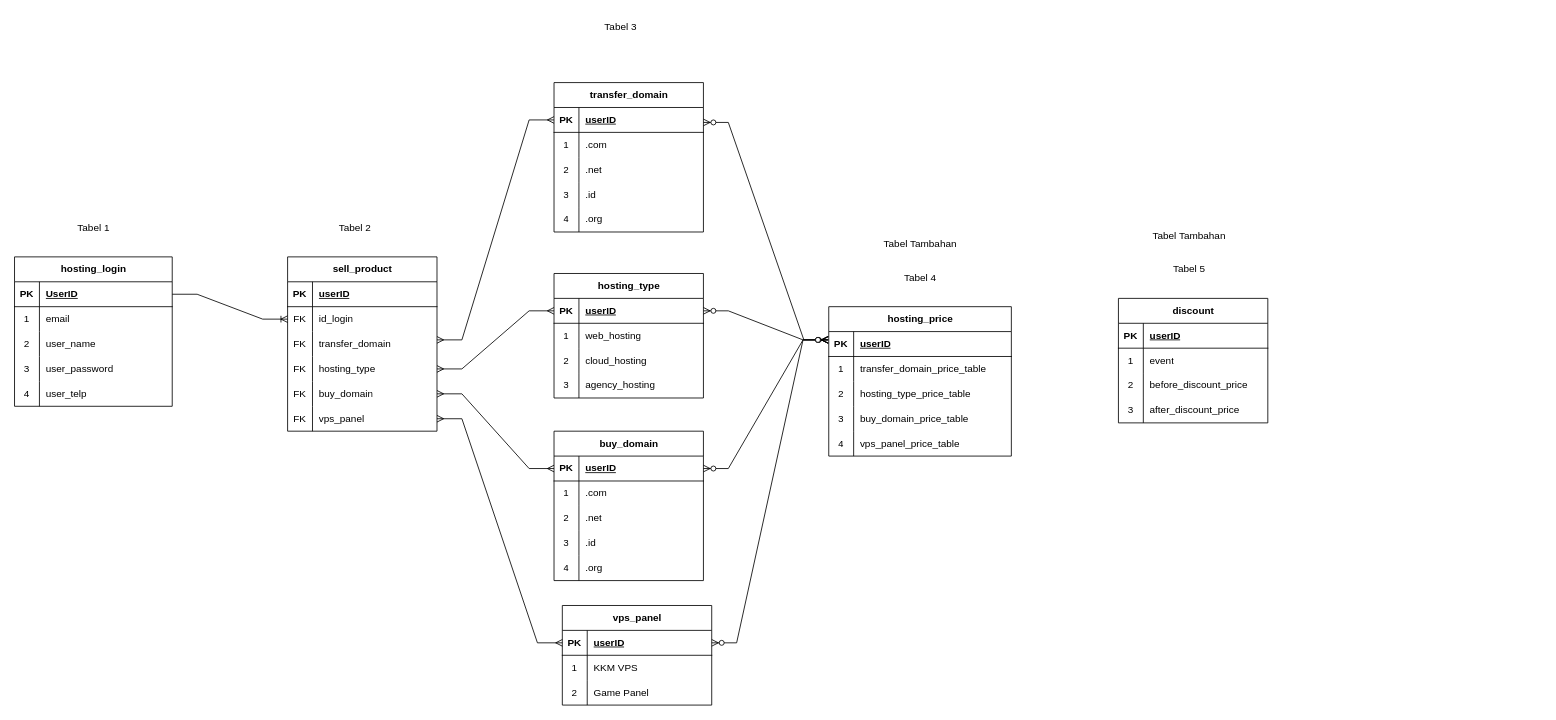
RilSteel/graph keeps this draw.io diagram as RelationalTable.drawio. Above is the earlier version. Source tidied: cells renumbered, new cells numbered last; positions are measured from the earlier drawing's top-left corner, leaving out a move shared by most shapes. Both pictures are drawn from the tidied source at 83%, with x=0, y=0 at pixel (14, 14).
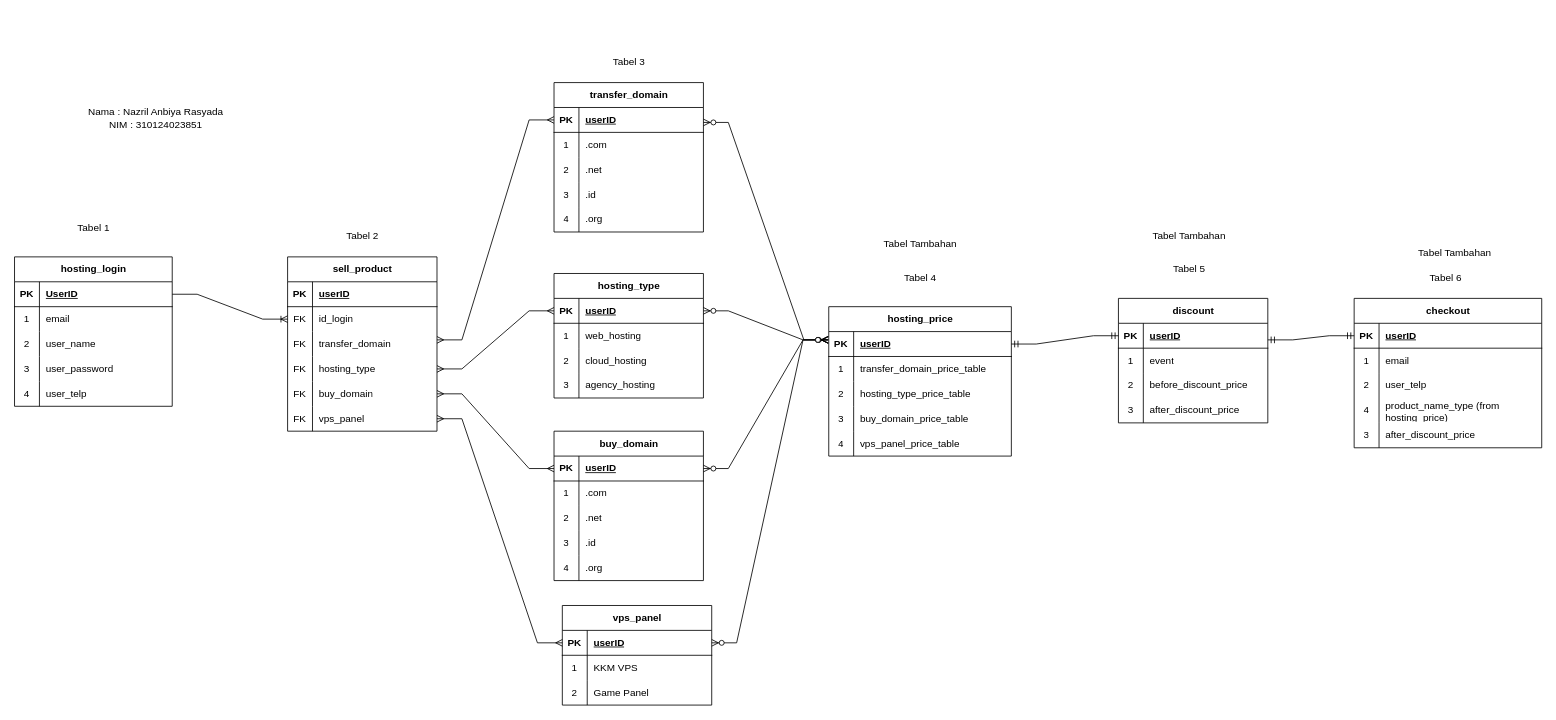
Above is the later version.

The change refers to these unchanged cells:
```xml
<mxCell id="52" style="shape=tableRow;horizontal=0;startSize=0;swimlaneHead=0;swimlaneBody=0;fillColor=none;points=[[0,0.5],[1,0.5]];portConstraint=eastwest;top=0;left=0;right=0;bottom=1;" parent="51" vertex="1">
  <mxGeometry y="30" width="220" height="30" as="geometry" />
</mxCell>
<mxCell id="71" style="shape=tableRow;horizontal=0;startSize=0;swimlaneHead=0;swimlaneBody=0;fillColor=none;points=[[0,0.5],[1,0.5]];portConstraint=eastwest;top=0;left=0;right=0;bottom=1;" parent="70" vertex="1">
  <mxGeometry y="30" width="180" height="30" as="geometry" />
</mxCell>
```

Diff of the diagram source:
```diff
@@
     <mxCell id="68" value="Tabel 2" style="text;html=1;align=center;verticalAlign=middle;strokeColor=none;fillColor=none;" parent="1" vertex="1">
-      <mxGeometry x="380" y="242" width="60" height="30" as="geometry" />
+      <mxGeometry x="389" y="252" width="60" height="30" as="geometry" />
     </mxCell>
@@
     <mxCell id="128" value="Tabel 3" style="text;html=1;align=center;verticalAlign=middle;strokeColor=none;fillColor=none;" parent="1" vertex="1">
-      <mxGeometry x="700" width="60" height="30" as="geometry" />
+      <mxGeometry x="710" y="42" width="60" height="30" as="geometry" />
     </mxCell>
@@
+    <mxCell id="137" value="checkout" style="shape=table;startSize=30;childLayout=tableLayout;rowLines=0;fontStyle=1;align=center;html=1;" parent="1" vertex="1">
+      <mxGeometry x="1614" y="342" width="226" height="180" as="geometry" />
+    </mxCell>
+    <mxCell id="138" style="shape=tableRow;horizontal=0;startSize=0;swimlaneHead=0;swimlaneBody=0;fillColor=none;points=[[0,0.5],[1,0.5]];portConstraint=eastwest;top=0;left=0;right=0;bottom=1;" parent="137" vertex="1">
+      <mxGeometry y="30" width="226" height="30" as="geometry" />
+    </mxCell>
+    <mxCell id="139" value="PK" style="shape=partialRectangle;fillColor=none;top=0;left=0;bottom=0;right=0;fontStyle=1;overflow=hidden;whiteSpace=wrap;html=1;" parent="138" vertex="1">
+      <mxGeometry width="30" height="30" as="geometry" />
+    </mxCell>
+    <mxCell id="140" value="userID" style="shape=partialRectangle;fillColor=none;top=0;left=0;bottom=0;right=0;align=left;spacingLeft=6;fontStyle=5;overflow=hidden;whiteSpace=wrap;html=1;" parent="138" vertex="1">
+      <mxGeometry x="30" width="196" height="30" as="geometry" />
+    </mxCell>
+    <mxCell id="141" style="shape=tableRow;horizontal=0;startSize=0;swimlaneHead=0;swimlaneBody=0;fillColor=none;top=0;left=0;right=0;bottom=0;" parent="137" vertex="1">
+      <mxGeometry y="60" width="226" height="30" as="geometry" />
+    </mxCell>
+    <mxCell id="142" value="1" style="shape=partialRectangle;fillColor=none;top=0;left=0;bottom=0;right=0;overflow=hidden;whiteSpace=wrap;html=1;" parent="141" vertex="1">
+      <mxGeometry width="30" height="30" as="geometry" />
+    </mxCell>
+    <mxCell id="143" value="email" style="shape=partialRectangle;fillColor=none;top=0;left=0;bottom=0;right=0;align=left;spacingLeft=6;overflow=hidden;whiteSpace=wrap;html=1;" parent="141" vertex="1">
+      <mxGeometry x="30" width="196" height="30" as="geometry" />
+    </mxCell>
+    <mxCell id="144" style="shape=tableRow;horizontal=0;startSize=0;swimlaneHead=0;swimlaneBody=0;fillColor=none;top=0;left=0;right=0;bottom=0;" parent="137" vertex="1">
+      <mxGeometry y="90" width="226" height="30" as="geometry" />
+    </mxCell>
+    <mxCell id="145" value="2" style="shape=partialRectangle;fillColor=none;top=0;left=0;bottom=0;right=0;overflow=hidden;whiteSpace=wrap;html=1;" parent="144" vertex="1">
+      <mxGeometry width="30" height="30" as="geometry" />
+    </mxCell>
+    <mxCell id="146" value="user_telp" style="shape=partialRectangle;fillColor=none;top=0;left=0;bottom=0;right=0;align=left;spacingLeft=6;overflow=hidden;whiteSpace=wrap;html=1;" parent="144" vertex="1">
+      <mxGeometry x="30" width="196" height="30" as="geometry" />
+    </mxCell>
+    <mxCell id="147" style="shape=tableRow;horizontal=0;startSize=0;swimlaneHead=0;swimlaneBody=0;fillColor=none;top=0;left=0;right=0;bottom=0;" parent="137" vertex="1">
+      <mxGeometry y="120" width="226" height="30" as="geometry" />
+    </mxCell>
+    <mxCell id="148" value="4" style="shape=partialRectangle;fillColor=none;top=0;left=0;bottom=0;right=0;overflow=hidden;whiteSpace=wrap;html=1;" parent="147" vertex="1">
+      <mxGeometry width="30" height="30" as="geometry" />
+    </mxCell>
+    <mxCell id="149" value="product_name_type (from hosting_price)" style="shape=partialRectangle;fillColor=none;top=0;left=0;bottom=0;right=0;align=left;spacingLeft=6;overflow=hidden;whiteSpace=wrap;html=1;" parent="147" vertex="1">
+      <mxGeometry x="30" width="196" height="30" as="geometry" />
+    </mxCell>
+    <mxCell id="150" style="shape=tableRow;horizontal=0;startSize=0;swimlaneHead=0;swimlaneBody=0;fillColor=none;top=0;left=0;right=0;bottom=0;" parent="137" vertex="1">
+      <mxGeometry y="150" width="226" height="30" as="geometry" />
+    </mxCell>
+    <mxCell id="151" value="3" style="shape=partialRectangle;fillColor=none;top=0;left=0;bottom=0;right=0;overflow=hidden;whiteSpace=wrap;html=1;" parent="150" vertex="1">
+      <mxGeometry width="30" height="30" as="geometry" />
+    </mxCell>
+    <mxCell id="152" value="after_discount_price" style="shape=partialRectangle;fillColor=none;top=0;left=0;bottom=0;right=0;align=left;spacingLeft=6;overflow=hidden;whiteSpace=wrap;html=1;" parent="150" vertex="1">
+      <mxGeometry x="30" width="196" height="30" as="geometry" />
+    </mxCell>
+    <mxCell id="153" value="Tabel 6" style="text;html=1;align=center;verticalAlign=middle;strokeColor=none;fillColor=none;" parent="1" vertex="1">
+      <mxGeometry x="1694" y="302" width="60" height="30" as="geometry" />
+    </mxCell>
+    <mxCell id="154" value="Tabel Tambahan" style="text;html=1;align=center;verticalAlign=middle;strokeColor=none;fillColor=none;" parent="1" vertex="1">
+      <mxGeometry x="1680" y="272" width="110" height="30" as="geometry" />
+    </mxCell>
+    <mxCell id="155" style="edgeStyle=entityRelationEdgeStyle;fontSize=12;html=1;endArrow=ERmandOne;startArrow=ERmandOne;rounded=0;entryX=0;entryY=0.5;entryDx=0;entryDy=0;exitX=1;exitY=0.5;exitDx=0;exitDy=0;" parent="1" edge="1" source="52" target="71">
+      <mxGeometry relative="1" as="geometry" />
+    </mxCell>
+    <mxCell id="156" style="edgeStyle=entityRelationEdgeStyle;fontSize=12;html=1;endArrow=ERmandOne;startArrow=ERmandOne;rounded=0;entryX=0;entryY=0.5;entryDx=0;entryDy=0;exitX=1;exitY=0.5;exitDx=0;exitDy=0;" parent="1" edge="1" target="138">
+      <mxGeometry relative="1" as="geometry">
+        <mxPoint x="1510" y="392" as="sourcePoint" />
+      </mxGeometry>
+    </mxCell>
+    <mxCell id="157" value="Nama : Nazril Anbiya Rasyada&lt;div&gt;NIM : 310124023851&lt;/div&gt;" style="text;html=1;align=center;verticalAlign=middle;strokeColor=none;fillColor=none;" parent="1" vertex="1">
+      <mxGeometry x="75" y="105" width="190" height="40" as="geometry" />
+    </mxCell>
```
